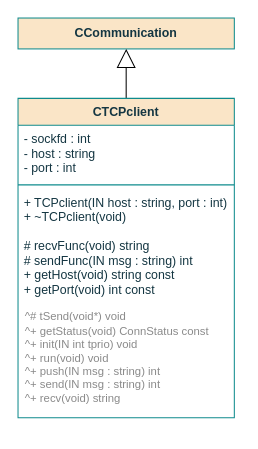
The draw.io diagram page "Class" (1 of 4) of documentation/flowcharts/02Classes/CTCPclient.drawio in ESRGgroup9/slipad, before the edit. Source tidied: cells renumbered, new cells numbered last; positions are measured from the earlier drawing's top-left corner, leaving out a move shared by most shapes. Both pictures are drawn from the tidied source at 103%, with x=0, y=0 at pixel (18, 18).
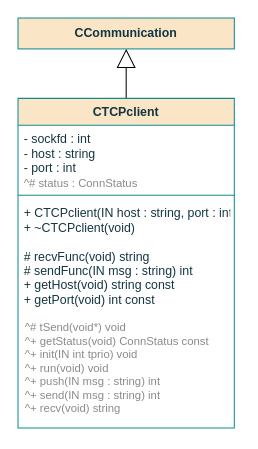
The same page after the edit.

What changed in the source:
```diff
@@
 <mxGraphModel>
   <root>
     <mxCell id="0" />
     <mxCell id="1" parent="0" />
     <mxCell id="2" value="CCommunication" style="rounded=0;whiteSpace=wrap;html=1;sketch=0;fontColor=#143642;strokeColor=#0F8B8D;fillColor=#FAE5C7;fontStyle=1;" parent="1" vertex="1">
       <mxGeometry width="210" height="30" as="geometry" />
     </mxCell>
     <mxCell id="3" style="endArrow=block;endSize=16;endFill=0;html=1;rounded=0;exitX=0.5;exitY=0;exitDx=0;exitDy=0;entryX=0.5;entryY=1;entryDx=0;entryDy=0;" parent="1" edge="1" target="2">
       <mxGeometry relative="1" as="geometry">
         <mxPoint x="105" y="80" as="sourcePoint" />
       </mxGeometry>
     </mxCell>
     <mxCell id="4" value="CTCPclient" style="swimlane;fontStyle=1;align=center;verticalAlign=top;horizontal=1;startSize=26;fillColor=#FAE5C7;strokeColor=#0F8B8D;fontColor=#143642;" parent="1" vertex="1">
-      <mxGeometry y="78" width="210" height="310" as="geometry" />
+      <mxGeometry y="78" width="210" height="320" as="geometry" />
     </mxCell>
     <mxCell id="5" value="- sockfd : int&#10;- host : string&#10;- port : int&#10;&#10;" style="text;strokeColor=none;fillColor=none;align=left;verticalAlign=top;spacingLeft=4;spacingRight=4;overflow=hidden;fontColor=#143642;" parent="4" vertex="1">
-      <mxGeometry y="26" width="210" height="54" as="geometry" />
+      <mxGeometry y="26" width="210" height="64" as="geometry" />
     </mxCell>
     <mxCell id="6" style="line;strokeWidth=1;fillColor=none;align=left;verticalAlign=middle;spacingTop=-1;spacingLeft=3;spacingRight=3;labelPosition=right;labelBackgroundColor=#DAD2D8;strokeColor=#0F8B8D;fontColor=#143642;" parent="4" vertex="1">
-      <mxGeometry y="80" width="210" height="8" as="geometry" />
+      <mxGeometry y="90" width="210" height="8" as="geometry" />
     </mxCell>
-    <mxCell id="7" value="+ TCPclient(IN host : string, port : int)&#10;+ ~TCPclient(void)&#10;&#10;# recvFunc(void) string&#10;# sendFunc(IN msg : string) int&#10;+ getHost(void) string const&#10;+ getPort(void) int const&#10; " style="text;strokeColor=none;fillColor=none;align=left;verticalAlign=top;spacingLeft=4;spacingRight=4;overflow=hidden;fontColor=#143642;" parent="4" vertex="1">
-      <mxGeometry y="88" width="210" height="222" as="geometry" />
+    <mxCell id="7" value="+ CTCPclient(IN host : string, port : int)&#10;+ ~CTCPclient(void)&#10;&#10;# recvFunc(void) string&#10;# sendFunc(IN msg : string) int&#10;+ getHost(void) string const&#10;+ getPort(void) int const&#10; " style="text;strokeColor=none;fillColor=none;align=left;verticalAlign=top;spacingLeft=4;spacingRight=4;overflow=hidden;fontColor=#143642;" parent="4" vertex="1">
+      <mxGeometry y="98" width="210" height="222" as="geometry" />
     </mxCell>
-    <mxCell id="8" value="&lt;div style=&quot;font-size: 11px&quot;&gt;&lt;font style=&quot;font-size: 11px&quot; color=&quot;#8A8A8A&quot;&gt;^# tSend(void*) void&lt;br&gt;&lt;/font&gt;&lt;/div&gt;&lt;div style=&quot;font-size: 11px&quot;&gt;&lt;font style=&quot;font-size: 11px&quot; color=&quot;#8A8A8A&quot;&gt;^+ getStatus(void) ConnStatus const&lt;br style=&quot;font-size: 11px&quot;&gt;&lt;/font&gt;&lt;/div&gt;&lt;div style=&quot;font-size: 11px&quot;&gt;&lt;font style=&quot;font-size: 11px&quot; color=&quot;#8A8A8A&quot;&gt;^+ init(IN int tprio) void&lt;/font&gt;&lt;/div&gt;&lt;div style=&quot;font-size: 11px&quot;&gt;&lt;font style=&quot;font-size: 11px&quot; color=&quot;#8A8A8A&quot;&gt;^+ run(void) void&lt;br&gt;&lt;/font&gt;&lt;/div&gt;&lt;font style=&quot;font-size: 11px&quot; color=&quot;#8A8A8A&quot;&gt;^+ push(IN msg : string) int&lt;br style=&quot;font-size: 11px&quot;&gt;^+ send(IN msg : string) int&lt;br style=&quot;font-size: 11px&quot;&gt;^+ recv(void) string&lt;/font&gt;" style="text;html=1;align=left;verticalAlign=middle;strokeColor=none;fillColor=none;opacity=10;fontSize=11;" parent="1" vertex="1">
-      <mxGeometry x="5" y="275" width="210" height="110" as="geometry" />
+    <mxCell id="8" value="&lt;div style=&quot;font-size: 11px&quot;&gt;&lt;font style=&quot;font-size: 11px&quot; color=&quot;#8A8A8A&quot;&gt;^# tSend(void*) void&lt;br&gt;&lt;/font&gt;&lt;/div&gt;&lt;div style=&quot;font-size: 11px&quot;&gt;&lt;font style=&quot;font-size: 11px&quot; color=&quot;#8A8A8A&quot;&gt;^+ getStatus(void) ConnStatus const&lt;br style=&quot;font-size: 11px&quot;&gt;&lt;/font&gt;&lt;/div&gt;&lt;div style=&quot;font-size: 11px&quot;&gt;&lt;font style=&quot;font-size: 11px&quot; color=&quot;#8A8A8A&quot;&gt;^+ init(IN int tprio) void&lt;/font&gt;&lt;/div&gt;&lt;div style=&quot;font-size: 11px&quot;&gt;&lt;font style=&quot;font-size: 11px&quot; color=&quot;#8A8A8A&quot;&gt;^+ run(void) void&lt;br&gt;&lt;/font&gt;&lt;/div&gt;&lt;font style=&quot;font-size: 11px&quot; color=&quot;#8A8A8A&quot;&gt;^+ push(IN msg : string) int&lt;br style=&quot;font-size: 11px&quot;&gt;^+ send(IN msg : string) int&lt;br style=&quot;font-size: 11px&quot;&gt;&lt;/font&gt;&lt;div&gt;&lt;font style=&quot;font-size: 11px&quot; color=&quot;#8A8A8A&quot;&gt;^+ recv(void) string&lt;/font&gt;&lt;/div&gt;" style="text;html=1;align=left;verticalAlign=middle;strokeColor=none;fillColor=none;opacity=10;fontSize=11;" parent="1" vertex="1">
+      <mxGeometry x="5" y="285" width="210" height="110" as="geometry" />
     </mxCell>
+    <mxCell id="9" value="&lt;br&gt;&lt;div&gt;&lt;font style=&quot;font-size: 11px&quot; color=&quot;#8A8A8A&quot;&gt;^# status : ConnStatus&lt;br&gt;&lt;/font&gt;&lt;/div&gt;" style="text;html=1;align=left;verticalAlign=middle;strokeColor=none;fillColor=none;opacity=10;fontSize=11;" parent="1" vertex="1">
+      <mxGeometry x="4" y="139" width="140" height="30" as="geometry" />
+    </mxCell>
   </root>
 </mxGraphModel>
```
